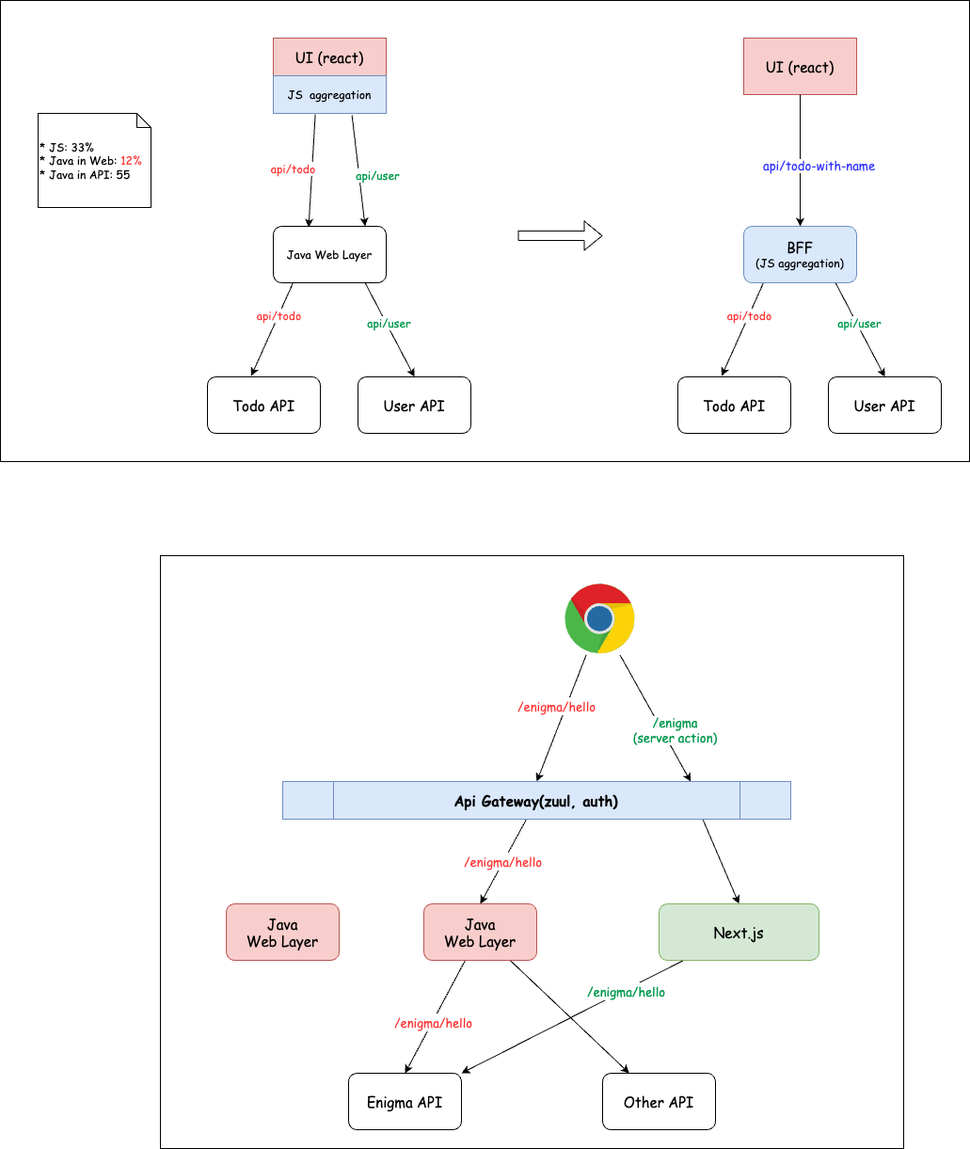
The draw.io diagram interview/deep dive/next.drawio.png in an-Onion/next-step, before a commit. Source tidied: cells renumbered, new cells last; positions are measured from the earlier drawing's top-left corner, leaving out a move shared by most shapes.
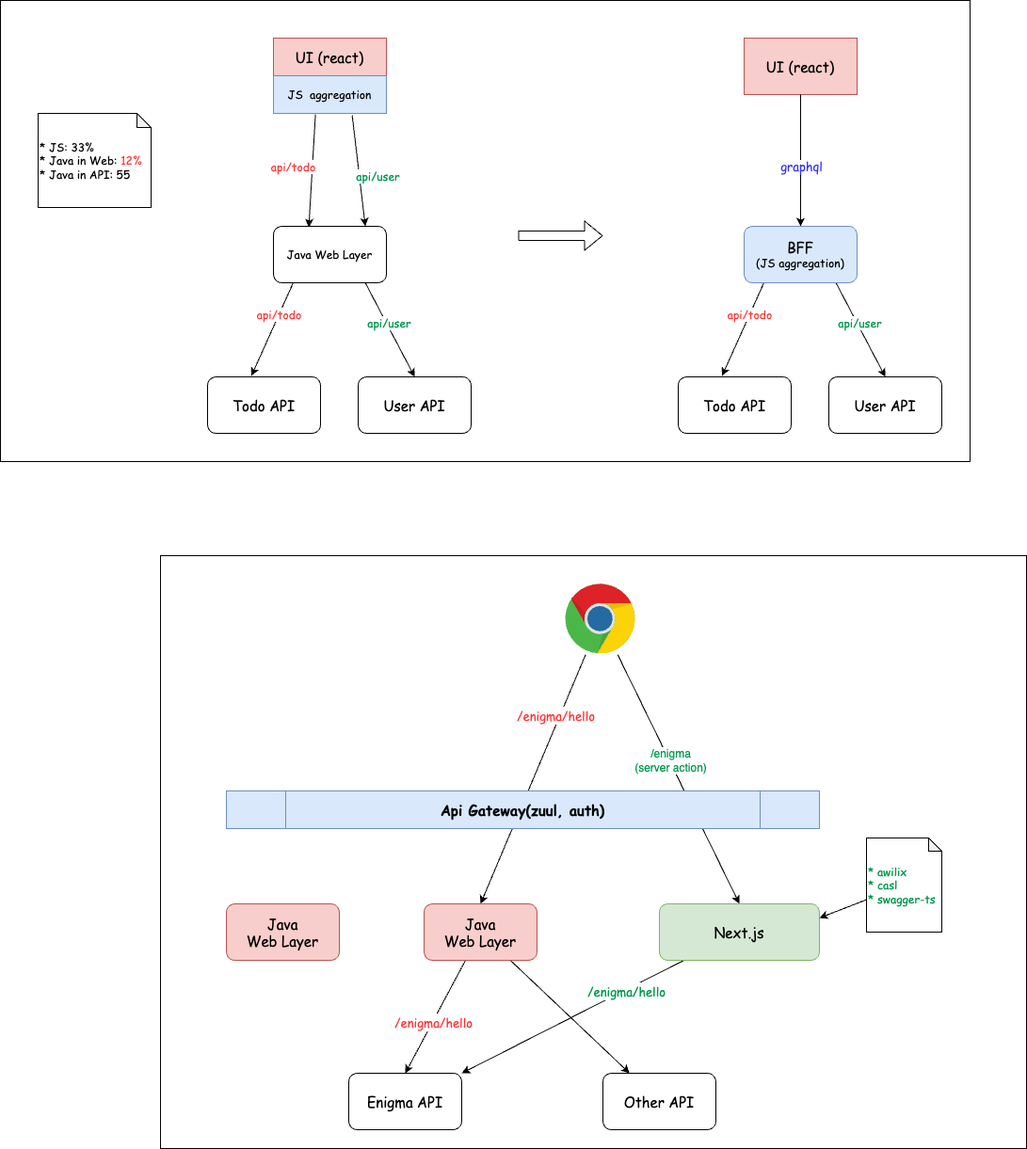
Above is the later version.

Diff of the diagram source:
```diff
@@ -3,22 +3,20 @@
     <mxCell id="0" />
     <mxCell id="1" parent="0" />
     <mxCell id="2" style="rounded=0;whiteSpace=wrap;html=1;fontFamily=Comic Sans MS;fontSize=12;fontColor=#FF3333;" parent="1" vertex="1">
-      <mxGeometry x="170" y="590" width="790" height="630" as="geometry" />
+      <mxGeometry x="170" y="590" width="920" height="630" as="geometry" />
     </mxCell>
     <mxCell id="3" style="rounded=0;whiteSpace=wrap;html=1;fontFamily=Comic Sans MS;fontSize=12;fontColor=#3333FF;" parent="1" vertex="1">
       <mxGeometry width="1030" height="490" as="geometry" />
     </mxCell>
-    <mxCell id="4" value="&lt;font color=&quot;#ff3333&quot; style=&quot;font-size: 13px;&quot;&gt;/enigma/hello&lt;/font&gt;" style="edgeStyle=none;html=1;entryX=0.5;entryY=0;entryDx=0;entryDy=0;fontSize=15;fontFamily=Comic Sans MS;" parent="1" edge="1" source="7" target="16">
-      <mxGeometry x="-0.13" y="-11" relative="1" as="geometry">
-        <mxPoint x="1" as="offset" />
-      </mxGeometry>
+    <mxCell id="4" value="&lt;font color=&quot;#ff3333&quot; style=&quot;font-size: 13px;&quot;&gt;/enigma/hello&lt;/font&gt;" style="edgeStyle=none;html=1;fontSize=15;fontFamily=Comic Sans MS;entryX=0.5;entryY=0;entryDx=0;entryDy=0;" parent="1" edge="1" source="7" target="11">
+      <mxGeometry x="-0.5" y="-4" relative="1" as="geometry" />
     </mxCell>
-    <mxCell id="5" style="edgeStyle=none;html=1;fontFamily=Comic Sans MS;fontSize=15;entryX=0.803;entryY=0.002;entryDx=0;entryDy=0;entryPerimeter=0;" parent="1" edge="1" source="7" target="16">
+    <mxCell id="5" style="edgeStyle=none;html=1;fontFamily=Comic Sans MS;fontSize=15;entryX=0.5;entryY=0;entryDx=0;entryDy=0;" parent="1" edge="1" source="7" target="19">
       <mxGeometry relative="1" as="geometry" />
     </mxCell>
-    <mxCell id="6" value="&lt;font color=&quot;#00994d&quot;&gt;/enigma&lt;br&gt;(server action)&lt;/font&gt;" style="edgeLabel;html=1;align=center;verticalAlign=middle;fontSize=13;fontFamily=Comic Sans MS;" parent="5" vertex="1">
-      <mxGeometry x="0.25" y="3" relative="1" as="geometry">
-        <mxPoint x="8" y="-3" as="offset" />
+    <mxCell id="6" value="&lt;font style=&quot;font-size: 12px;&quot; color=&quot;#00994d&quot;&gt;/enigma&lt;br&gt;(server action)&lt;/font&gt;" style="edgeLabel;html=1;align=center;verticalAlign=middle;" parent="5" vertex="1">
+      <mxGeometry x="-0.15" relative="1" as="geometry">
+        <mxPoint y="-1" as="offset" />
       </mxGeometry>
     </mxCell>
     <mxCell id="7" style="dashed=0;outlineConnect=0;html=1;align=center;labelPosition=center;verticalLabelPosition=bottom;verticalAlign=top;shape=mxgraph.weblogos.chrome;fontSize=15;fontFamily=Comic Sans MS;" parent="1" vertex="1">
@@ -42,14 +40,8 @@
     <mxCell id="13" value="Other API" style="rounded=1;whiteSpace=wrap;html=1;fontSize=15;fontFamily=Comic Sans MS;" parent="1" vertex="1">
       <mxGeometry x="640" y="1140" width="120" height="60" as="geometry" />
     </mxCell>
-    <mxCell id="14" value="&lt;font color=&quot;#ff3333&quot; style=&quot;font-size: 13px;&quot;&gt;/enigma/hello&lt;/font&gt;" style="edgeStyle=none;html=1;entryX=0.5;entryY=0;entryDx=0;entryDy=0;fontSize=15;fontFamily=Comic Sans MS;" parent="1" edge="1" source="16" target="11">
-      <mxGeometry x="-0.01" relative="1" as="geometry" />
-    </mxCell>
-    <mxCell id="15" style="edgeStyle=none;html=1;entryX=0.5;entryY=0;entryDx=0;entryDy=0;fontFamily=Comic Sans MS;fontSize=15;exitX=0.826;exitY=0.977;exitDx=0;exitDy=0;exitPerimeter=0;" parent="1" edge="1" source="16" target="19">
-      <mxGeometry relative="1" as="geometry" />
-    </mxCell>
     <mxCell id="16" value="&lt;b&gt;Api Gateway(zuul, auth)&lt;/b&gt;" style="shape=process;whiteSpace=wrap;html=1;backgroundOutline=1;fontSize=15;fontFamily=Comic Sans MS;fillColor=#dae8fc;strokeColor=#6c8ebf;" parent="1" vertex="1">
-      <mxGeometry x="300" y="830" width="540" height="40" as="geometry" />
+      <mxGeometry x="240" y="840" width="630" height="40" as="geometry" />
     </mxCell>
     <mxCell id="17" style="edgeStyle=none;html=1;entryX=1;entryY=0;entryDx=0;entryDy=0;fontFamily=Comic Sans MS;fontSize=15;" parent="1" edge="1" source="19" target="12">
       <mxGeometry relative="1" as="geometry" />
@@ -122,9 +114,9 @@
     <mxCell id="36" style="edgeStyle=none;html=1;entryX=0.5;entryY=0;entryDx=0;entryDy=0;exitX=0.5;exitY=1;exitDx=0;exitDy=0;fontFamily=Comic Sans MS;" parent="1" edge="1" source="35" target="42">
       <mxGeometry relative="1" as="geometry" />
     </mxCell>
-    <mxCell id="37" value="&lt;font style=&quot;font-size: 13px;&quot; color=&quot;#3333ff&quot;&gt;api/todo-with-name&lt;/font&gt;" style="edgeLabel;html=1;align=center;verticalAlign=middle;fontFamily=Comic Sans MS;" parent="36" vertex="1">
+    <mxCell id="37" value="&lt;font style=&quot;font-size: 13px;&quot; color=&quot;#3333ff&quot;&gt;graphql&lt;/font&gt;" style="edgeLabel;html=1;align=center;verticalAlign=middle;fontFamily=Comic Sans MS;" parent="36" vertex="1">
       <mxGeometry x="0.09" y="1" relative="1" as="geometry">
-        <mxPoint x="18" as="offset" />
+        <mxPoint x="-1" as="offset" />
       </mxGeometry>
     </mxCell>
     <mxCell id="38" style="edgeStyle=none;html=1;entryX=0.388;entryY=-0.017;entryDx=0;entryDy=0;entryPerimeter=0;fontFamily=Comic Sans MS;" parent="1" edge="1" target="43">
@@ -155,5 +147,11 @@
     <mxCell id="45" value="&lt;font color=&quot;#000000&quot;&gt;* JS: 33%&lt;br&gt;* Java in Web: &lt;/font&gt;&lt;font color=&quot;#ff3333&quot;&gt;12%&lt;/font&gt;&lt;br&gt;&lt;font color=&quot;#000000&quot;&gt;* Java in API: 55&lt;/font&gt;" style="shape=note;whiteSpace=wrap;html=1;backgroundOutline=1;darkOpacity=0.05;fontFamily=Comic Sans MS;fontSize=12;fontColor=#3333FF;size=15;align=left;" parent="1" vertex="1">
       <mxGeometry x="40" y="120" width="120" height="100" as="geometry" />
     </mxCell>
+    <mxCell id="46" style="edgeStyle=none;html=1;entryX=1;entryY=0.25;entryDx=0;entryDy=0;fontSize=12;fontColor=#00994D;" parent="1" edge="1" source="47" target="19">
+      <mxGeometry relative="1" as="geometry" />
+    </mxCell>
+    <mxCell id="47" value="* awilix&lt;br&gt;* casl&lt;br&gt;* swagger-ts" style="shape=note;whiteSpace=wrap;html=1;backgroundOutline=1;darkOpacity=0.05;fontSize=12;fontColor=#00994D;fillColor=none;size=14;align=left;fontFamily=Comic Sans MS;" parent="1" vertex="1">
+      <mxGeometry x="920" y="890" width="80" height="100" as="geometry" />
+    </mxCell>
   </root>
 </mxGraphModel>
```
